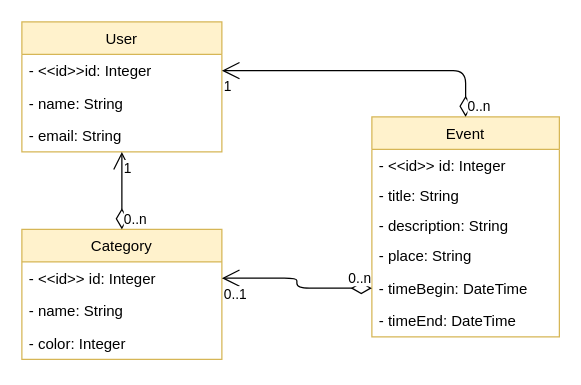
The draw.io diagram Modelo_Conceitual.drawio in GPMS/trabalhoDAW, before the edit. Source tidied: cells renumbered, new cells numbered last; positions are measured from the earlier drawing's top-left corner, leaving out a move shared by most shapes. Both pictures are drawn from the tidied source at 125%, with x=0, y=0 at pixel (21, 21).
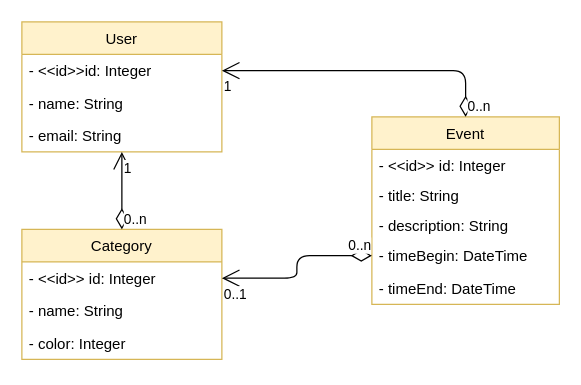
The same diagram, later.

The change refers to these unchanged cells:
```xml
<mxCell id="14" value="- &lt;&lt;id&gt;&gt; id: Integer" style="text;strokeColor=none;fillColor=none;align=left;verticalAlign=top;spacingLeft=4;spacingRight=4;overflow=hidden;points=[[0,0.5],[1,0.5]];portConstraint=eastwest;" parent="13" vertex="1">
  <mxGeometry y="26" width="160" height="26" as="geometry" />
</mxCell>
```

The edit, as a diff of the source:
```diff
@@
     <mxCell id="6" value="Event" style="swimlane;fontStyle=0;horizontal=1;startSize=26;fillColor=#fff2cc;strokeColor=#d6b656;" parent="1" vertex="1">
-      <mxGeometry x="280" y="76" width="150" height="176" as="geometry" />
+      <mxGeometry x="280" y="76" width="150" height="150" as="geometry" />
     </mxCell>
@@
-    <mxCell id="10" value="- place: String" style="text;strokeColor=none;fillColor=none;align=left;verticalAlign=top;spacingLeft=4;spacingRight=4;overflow=hidden;" parent="6" vertex="1">
-      <mxGeometry y="98" width="150" height="26" as="geometry" />
-    </mxCell>
     <mxCell id="11" value="- timeBegin: DateTime&#10;&#10;" style="text;strokeColor=none;fillColor=none;align=left;verticalAlign=top;spacingLeft=4;spacingRight=4;overflow=hidden;points=[[0,0.5],[1,0.5]];portConstraint=eastwest;" parent="6" vertex="1">
-      <mxGeometry y="124" width="150" height="26" as="geometry" />
+      <mxGeometry y="98" width="150" height="26" as="geometry" />
     </mxCell>
     <mxCell id="12" value="- timeEnd: DateTime&#10;" style="text;strokeColor=none;fillColor=none;align=left;verticalAlign=top;spacingLeft=4;spacingRight=4;overflow=hidden;" parent="6" vertex="1">
-      <mxGeometry y="150" width="150" height="26" as="geometry" />
+      <mxGeometry y="124" width="150" height="26" as="geometry" />
     </mxCell>
@@
     <mxCell id="23" style="endArrow=open;html=1;endSize=12;startArrow=diamondThin;startSize=14;startFill=0;edgeStyle=orthogonalEdgeStyle;entryX=1;entryY=0.5;entryDx=0;entryDy=0;exitX=0;exitY=0.5;exitDx=0;exitDy=0;" parent="1" edge="1" source="11" target="14">
       <mxGeometry relative="1" as="geometry">
         <Array as="points">
-          <mxPoint x="220" y="213" />
+          <mxPoint x="220" y="187" />
           <mxPoint x="220" y="205" />
         </Array>
       </mxGeometry>
     </mxCell>
```
